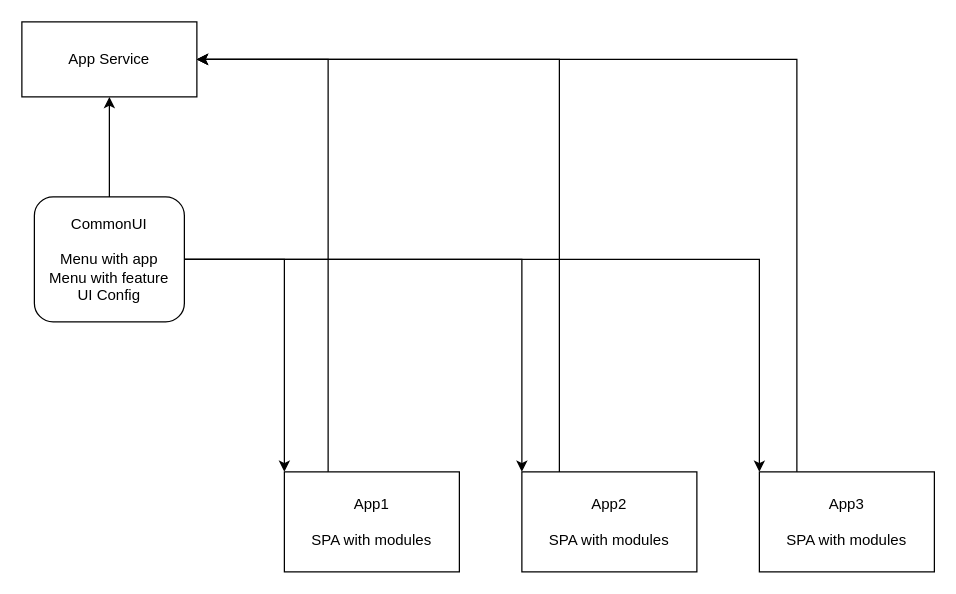
This is page "Страница — 1" (1 of 2) of doc/bl/test.drawio from g10101k/Oip, a draw.io file, before an edit. Source tidied: cells renumbered, new cells numbered last; positions are measured from the earlier drawing's top-left corner, leaving out a move shared by most shapes. Both pictures are drawn from the tidied source at 125%, with x=0, y=0 at pixel (21, 21).
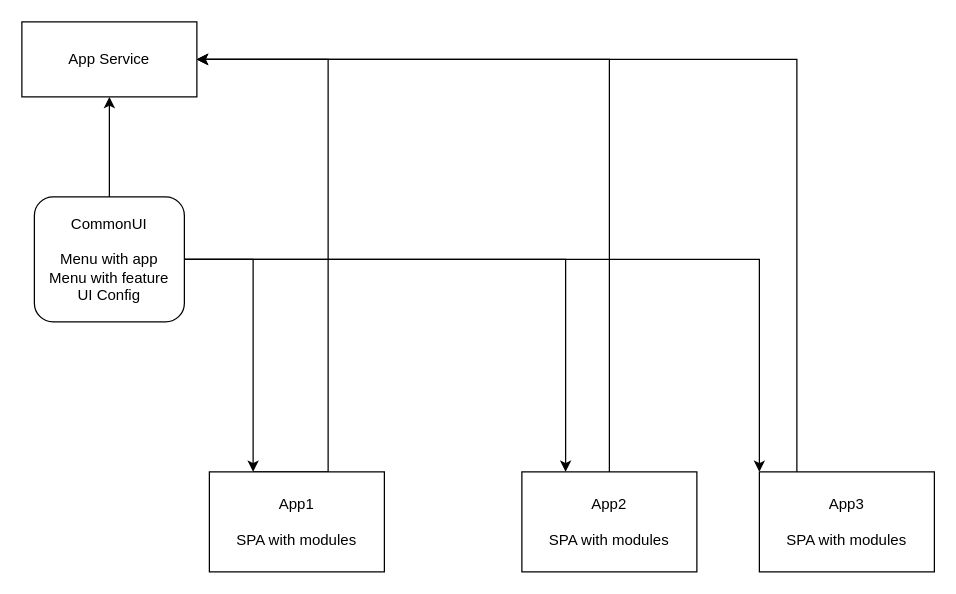
The same page after the edit.

Diff of the diagram source:
```diff
@@
 <mxGraphModel>
   <root>
     <mxCell id="0" />
     <mxCell id="1" parent="0" />
     <mxCell id="2" style="edgeStyle=orthogonalEdgeStyle;rounded=0;jettySize=auto;html=1;entryX=1;entryY=0.5;entryDx=0;entryDy=0;exitX=0.25;exitY=0;exitDx=0;exitDy=0;" parent="1" edge="1" source="3" target="12">
       <mxGeometry relative="1" as="geometry">
         <Array as="points">
           <mxPoint x="245" y="30" />
         </Array>
       </mxGeometry>
     </mxCell>
     <mxCell id="3" value="App1&lt;br&gt;&lt;br&gt;SPA with modules" style="rounded=0;whiteSpace=wrap;html=1;" parent="1" vertex="1">
-      <mxGeometry x="210" y="360" width="140" height="80" as="geometry" />
+      <mxGeometry x="150" y="360" width="140" height="80" as="geometry" />
     </mxCell>
     <mxCell id="4" value="App2&lt;br&gt;&lt;br&gt;SPA with modules" style="rounded=0;whiteSpace=wrap;html=1;" parent="1" vertex="1">
       <mxGeometry x="400" y="360" width="140" height="80" as="geometry" />
     </mxCell>
     <mxCell id="5" style="edgeStyle=orthogonalEdgeStyle;rounded=0;jettySize=auto;html=1;entryX=1;entryY=0.5;entryDx=0;entryDy=0;" parent="1" edge="1" source="6" target="12">
       <mxGeometry relative="1" as="geometry">
         <Array as="points">
           <mxPoint x="620" y="30" />
         </Array>
       </mxGeometry>
     </mxCell>
     <mxCell id="6" value="App3&lt;br&gt;&lt;br&gt;SPA with modules" style="rounded=0;whiteSpace=wrap;html=1;" parent="1" vertex="1">
       <mxGeometry x="590" y="360" width="140" height="80" as="geometry" />
     </mxCell>
-    <mxCell id="7" style="edgeStyle=orthogonalEdgeStyle;rounded=0;jettySize=auto;html=1;entryX=0;entryY=0;entryDx=0;entryDy=0;" parent="1" edge="1" source="11" target="3">
+    <mxCell id="7" style="edgeStyle=orthogonalEdgeStyle;rounded=0;jettySize=auto;html=1;entryX=0.25;entryY=0;entryDx=0;entryDy=0;" parent="1" edge="1" source="11" target="3">
       <mxGeometry relative="1" as="geometry" />
     </mxCell>
-    <mxCell id="8" style="edgeStyle=orthogonalEdgeStyle;rounded=0;jettySize=auto;html=1;entryX=0;entryY=0;entryDx=0;entryDy=0;" parent="1" edge="1" source="11" target="4">
+    <mxCell id="8" style="edgeStyle=orthogonalEdgeStyle;rounded=0;jettySize=auto;html=1;entryX=0.25;entryY=0;entryDx=0;entryDy=0;" parent="1" edge="1" source="11" target="4">
       <mxGeometry relative="1" as="geometry" />
     </mxCell>
     <mxCell id="9" style="edgeStyle=orthogonalEdgeStyle;rounded=0;jettySize=auto;html=1;entryX=0;entryY=0;entryDx=0;entryDy=0;" parent="1" edge="1" source="11" target="6">
       <mxGeometry relative="1" as="geometry" />
     </mxCell>
     <mxCell id="10" style="edgeStyle=orthogonalEdgeStyle;rounded=0;jettySize=auto;html=1;entryX=0.5;entryY=1;entryDx=0;entryDy=0;" parent="1" edge="1" source="11" target="12">
       <mxGeometry relative="1" as="geometry" />
     </mxCell>
     <mxCell id="11" value="CommonUI&lt;br&gt;&lt;br&gt;&lt;div&gt;Menu with app&lt;br&gt;Menu with feature&lt;br&gt;UI Config&lt;/div&gt;" style="rounded=1;whiteSpace=wrap;html=1;" parent="1" vertex="1">
       <mxGeometry x="10" y="140" width="120" height="100" as="geometry" />
     </mxCell>
     <mxCell id="12" value="App Service" style="rounded=0;whiteSpace=wrap;html=1;" parent="1" vertex="1">
       <mxGeometry width="140" height="60" as="geometry" />
     </mxCell>
-    <mxCell id="13" style="edgeStyle=orthogonalEdgeStyle;rounded=0;jettySize=auto;html=1;entryX=1;entryY=0.5;entryDx=0;entryDy=0;" parent="1" edge="1" source="4" target="12">
+    <mxCell id="13" style="edgeStyle=orthogonalEdgeStyle;rounded=0;jettySize=auto;html=1;entryX=1;entryY=0.5;entryDx=0;entryDy=0;exitX=0.5;exitY=0;exitDx=0;exitDy=0;" parent="1" edge="1" source="4" target="12">
       <mxGeometry relative="1" as="geometry">
         <Array as="points">
-          <mxPoint x="430" y="30" />
+          <mxPoint x="470" y="30" />
         </Array>
       </mxGeometry>
     </mxCell>
   </root>
 </mxGraphModel>
```
